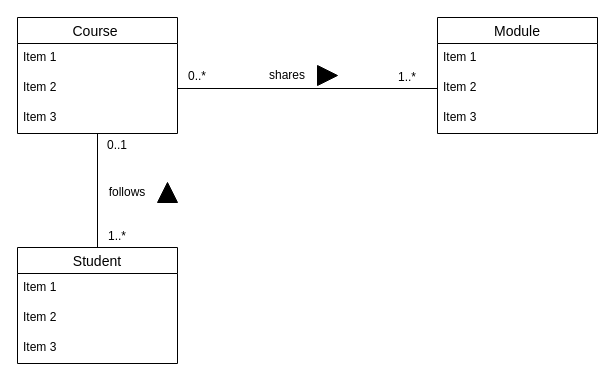
This is page "MyAnswers" (2 of 2) of Tutorial 2/Tutorial2_Exercise2.drawio from ChitharaKarunasekera/DatabaseSystemsTutorials, a draw.io file, before an edit. Source tidied: cells renumbered, new cells numbered last; positions are measured from the earlier drawing's top-left corner, leaving out a move shared by most shapes. Both pictures are drawn from the tidied source at 100%, with x=0, y=0 at pixel (17, 17).
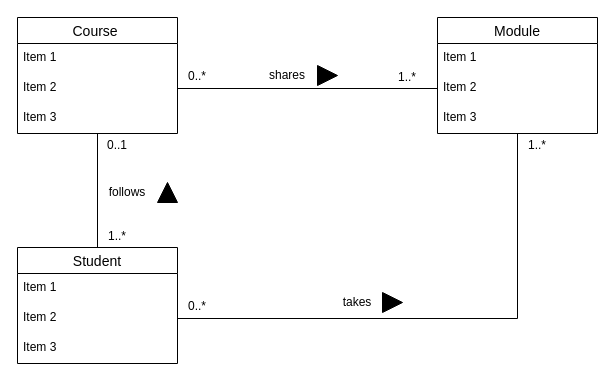
After the change.

Unchanged cells that the change refers to:
```xml
<mxCell id="7" value="Module" style="swimlane;fontStyle=0;horizontal=1;startSize=26;align=center;fontSize=14;" parent="1" vertex="1">
  <mxGeometry x="420" width="160" height="116" as="geometry" />
</mxCell>
<mxCell id="18" value="Item 2" style="text;strokeColor=none;fillColor=none;spacingLeft=4;spacingRight=4;overflow=hidden;points=[[0,0.5],[1,0.5]];portConstraint=eastwest;fontSize=12;" parent="16" vertex="1">
  <mxGeometry y="56" width="160" height="30" as="geometry" />
</mxCell>
```

Change to the diagram source:
```diff
@@
+    <mxCell id="24" style="edgeStyle=orthogonalEdgeStyle;rounded=0;jettySize=auto;html=1;endArrow=none;endFill=0;" parent="1" edge="1" source="18" target="7">
+      <mxGeometry relative="1" as="geometry" />
+    </mxCell>
+    <mxCell id="25" value="takes" style="text;html=1;strokeColor=none;fillColor=none;align=center;verticalAlign=middle;whiteSpace=wrap;rounded=0;" parent="1" vertex="1">
+      <mxGeometry x="310" y="270" width="60" height="30" as="geometry" />
+    </mxCell>
+    <mxCell id="26" style="triangle;whiteSpace=wrap;html=1;fillColor=#000000;direction=east;" parent="1" vertex="1">
+      <mxGeometry x="365" y="275" width="20" height="20" as="geometry" />
+    </mxCell>
+    <mxCell id="27" value="1..*" style="text;html=1;strokeColor=none;fillColor=none;align=center;verticalAlign=middle;whiteSpace=wrap;rounded=0;" parent="1" vertex="1">
+      <mxGeometry x="500" y="116" width="40" height="23" as="geometry" />
+    </mxCell>
+    <mxCell id="28" value="0..*" style="text;html=1;strokeColor=none;fillColor=none;align=center;verticalAlign=middle;whiteSpace=wrap;rounded=0;" parent="1" vertex="1">
+      <mxGeometry x="160" y="277" width="40" height="23" as="geometry" />
+    </mxCell>
```
